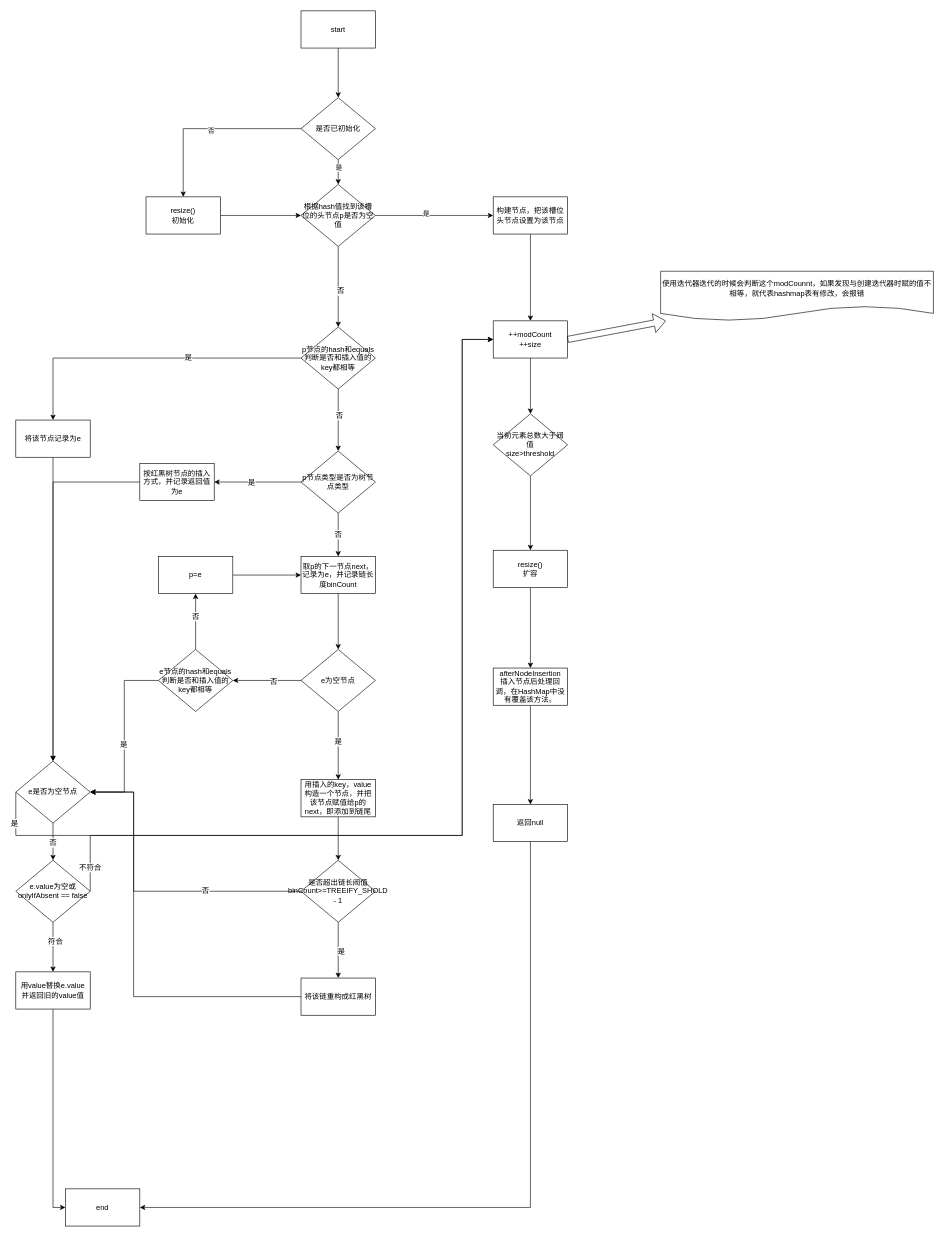
This is page "putVal" (2 of 3) of graphics/HashMap.drawio from xiaomingcong/learnAlgorithm, a draw.io file, before an edit. Source tidied: cells renumbered, new cells numbered last; positions are measured from the earlier drawing's top-left corner, leaving out a move shared by most shapes. Both pictures are drawn from the tidied source at 62%, with x=0, y=0 at pixel (16, 11).
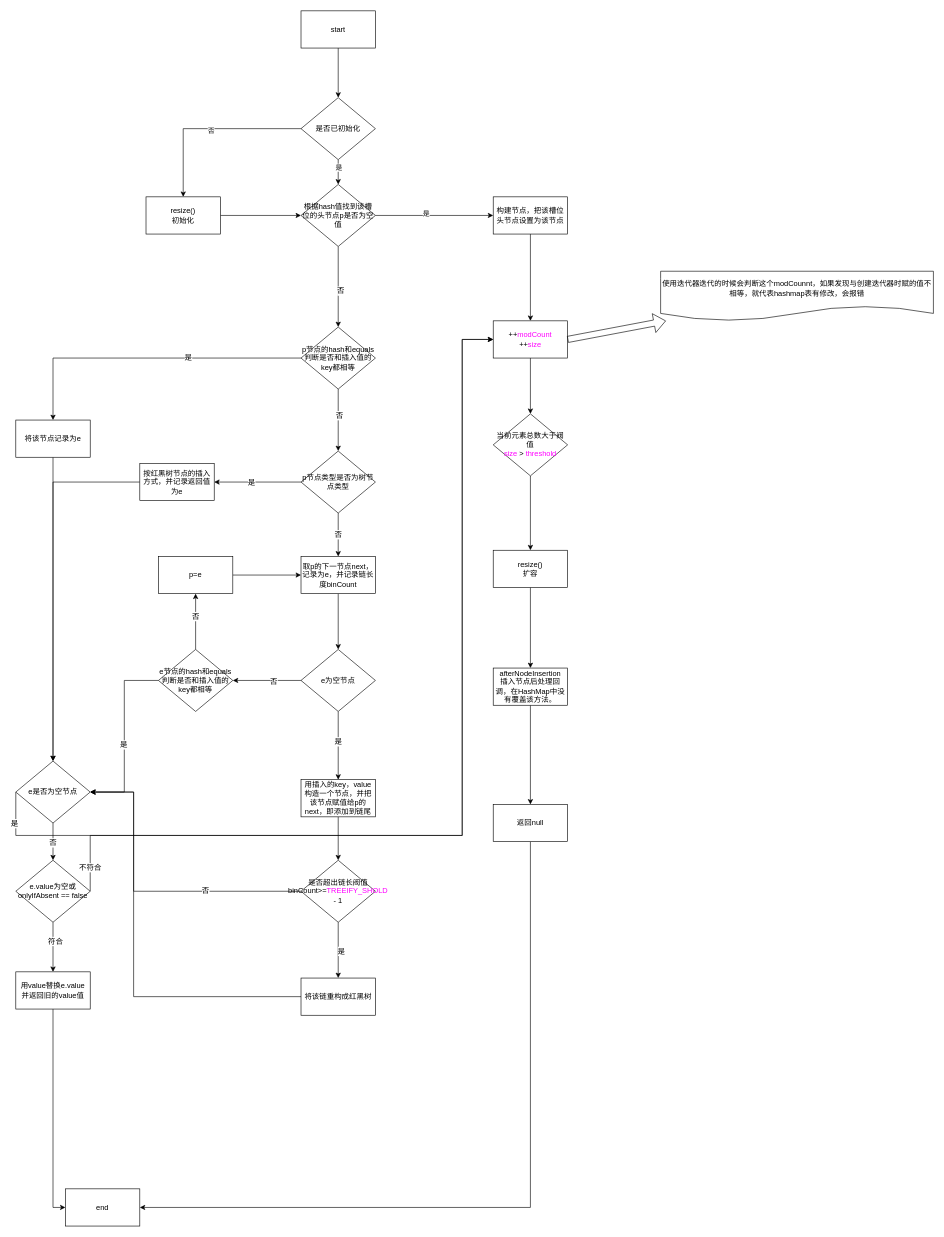
The same diagram, later.

What changed in the source:
```diff
@@
-    <mxCell id="19" value="++modCount&lt;br&gt;++size" style="whiteSpace=wrap;html=1;" parent="1" vertex="1">
+    <mxCell id="19" value="++&lt;font color=&quot;#ff00ff&quot;&gt;modCount&lt;/font&gt;&lt;br&gt;++&lt;font color=&quot;#ff00ff&quot;&gt;size&lt;/font&gt;" style="whiteSpace=wrap;html=1;" parent="1" vertex="1">
       <mxGeometry x="770" y="500" width="120" height="60" as="geometry" />
     </mxCell>
@@
-    <mxCell id="21" value="当前元素总数大于阀值&lt;br&gt;size&amp;gt;threshold" style="rhombus;whiteSpace=wrap;html=1;" parent="1" vertex="1">
+    <mxCell id="21" value="当前元素总数大于阀值&lt;br&gt;&lt;font color=&quot;#ff00ff&quot;&gt;size&amp;nbsp;&lt;/font&gt;&amp;gt;&amp;nbsp;&lt;font color=&quot;#ff00ff&quot;&gt;threshold&lt;/font&gt;" style="rhombus;whiteSpace=wrap;html=1;" parent="1" vertex="1">
       <mxGeometry x="770" y="650" width="120" height="100" as="geometry" />
     </mxCell>
@@
-    <mxCell id="50" value="是否超出链长阀值&lt;br&gt;binCount&amp;gt;=TREEIFY_SHOLD - 1" style="rhombus;whiteSpace=wrap;html=1;" parent="1" vertex="1">
+    <mxCell id="50" value="是否超出链长阀值&lt;br&gt;binCount&amp;gt;=&lt;font color=&quot;#ff00ff&quot;&gt;TREEIFY_SHOLD&lt;/font&gt; - 1" style="rhombus;whiteSpace=wrap;html=1;" parent="1" vertex="1">
       <mxGeometry x="460" y="1370" width="120" height="100" as="geometry" />
     </mxCell>
```
